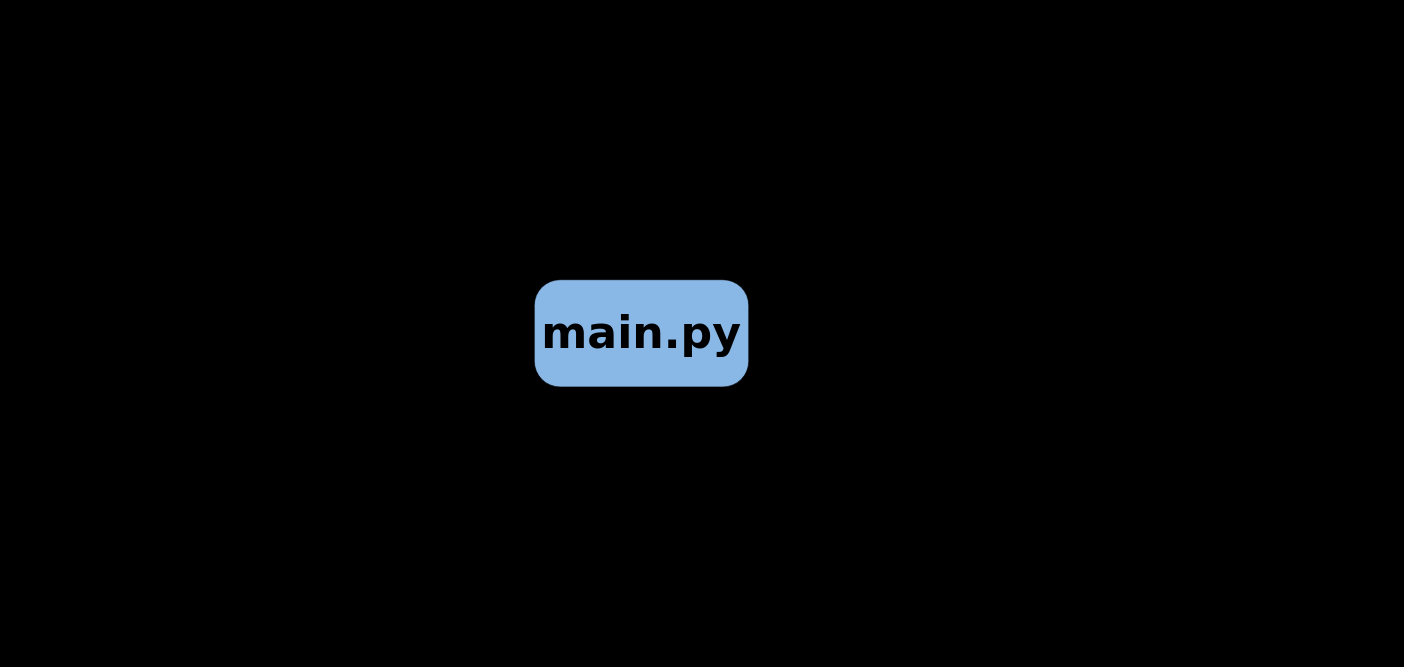
HolgerStenberg/KTH_KEX-jobb_2021 keeps this draw.io diagram as program_architecture.drawio. Above is the earlier version. Source tidied: cells renumbered, new cells numbered last; positions are measured from the earlier drawing's top-left corner, leaving out a move shared by most shapes. Both pictures are drawn from the tidied source at 67%, with x=0, y=0 at pixel (534, 279).
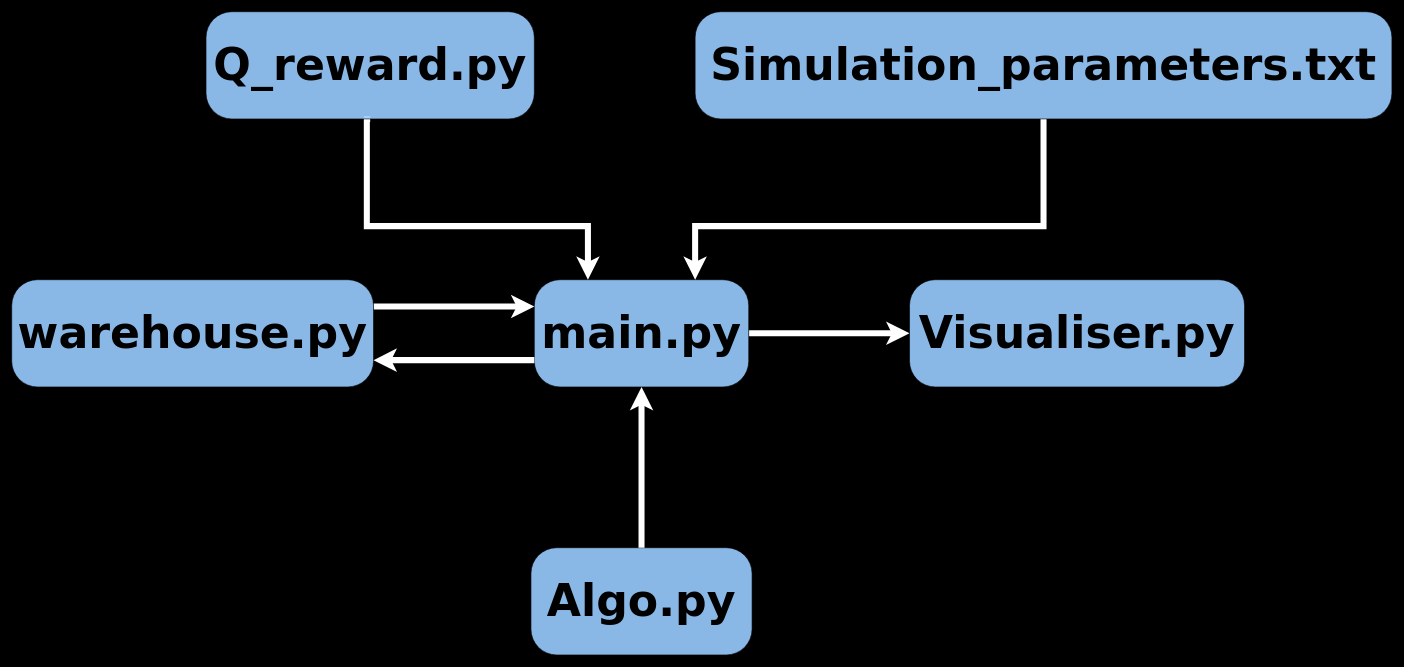
Above is the later version.

Unchanged cells that the change refers to:
```xml
<object id="2" label="&lt;b style=&quot;font-size: 66px;&quot;&gt;%Module%&lt;br style=&quot;font-size: 66px;&quot;&gt;&lt;/b&gt;" Module="main.py" placeholders="1">
  <mxCell style="rounded=1;whiteSpace=wrap;html=1;fontSize=66;fontFamily=Verdana;fillColor=#99CCFF;glass=0;shadow=0;sketch=0;strokeWidth=1;arcSize=24;opacity=90;" parent="1" vertex="1">
    <mxGeometry width="320" height="160" as="geometry" />
  </mxCell>
</object>
```

Change to the diagram source:
```diff
@@
+    <mxCell id="3" style="edgeStyle=orthogonalEdgeStyle;rounded=0;jettySize=auto;html=1;exitX=1;exitY=0.5;exitDx=0;exitDy=0;entryX=0;entryY=0.5;entryDx=0;entryDy=0;strokeColor=#FFFFFF;strokeWidth=9;" parent="1" edge="1" source="2" target="10">
+      <mxGeometry relative="1" as="geometry" />
+    </mxCell>
@@
+    <mxCell id="4" style="edgeStyle=orthogonalEdgeStyle;rounded=0;jettySize=auto;html=1;strokeColor=#FFFFFF;strokeWidth=9;entryX=0;entryY=0.25;entryDx=0;entryDy=0;exitX=1;exitY=0.25;exitDx=0;exitDy=0;" parent="1" edge="1" source="5" target="2">
+      <mxGeometry relative="1" as="geometry" />
+    </mxCell>
+    <object id="5" label="&lt;b style=&quot;font-size: 66px;&quot;&gt;%Module%&lt;br style=&quot;font-size: 66px;&quot;&gt;&lt;/b&gt;" Module="warehouse.py" placeholders="1">
+      <mxCell style="rounded=1;whiteSpace=wrap;html=1;fontSize=66;fontFamily=Verdana;fillColor=#99CCFF;glass=0;shadow=0;sketch=0;strokeWidth=1;arcSize=24;opacity=90;" parent="1" vertex="1">
+        <mxGeometry x="-780" width="540" height="160" as="geometry" />
+      </mxCell>
+    </object>
+    <mxCell id="6" style="edgeStyle=orthogonalEdgeStyle;rounded=0;jettySize=auto;html=1;exitX=0.5;exitY=1;exitDx=0;exitDy=0;entryX=0.25;entryY=0;entryDx=0;entryDy=0;strokeColor=#FFFFFF;strokeWidth=9;" parent="1" edge="1" source="7" target="2">
+      <mxGeometry relative="1" as="geometry">
+        <Array as="points">
+          <mxPoint x="-250" y="-80" />
+          <mxPoint x="80" y="-80" />
+        </Array>
+      </mxGeometry>
+    </mxCell>
+    <object id="7" label="&lt;b style=&quot;font-size: 66px;&quot;&gt;%Module%&lt;br style=&quot;font-size: 66px;&quot;&gt;&lt;/b&gt;" Module="Q_reward.py" placeholders="1">
+      <mxCell style="rounded=1;whiteSpace=wrap;html=1;fontSize=66;fontFamily=Verdana;fillColor=#99CCFF;glass=0;shadow=0;sketch=0;strokeWidth=1;arcSize=24;opacity=90;" parent="1" vertex="1">
+        <mxGeometry x="-490" y="-400" width="490" height="160" as="geometry" />
+      </mxCell>
+    </object>
+    <object id="8" label="&lt;b style=&quot;font-size: 66px;&quot;&gt;%Module%&lt;br style=&quot;font-size: 66px;&quot;&gt;&lt;/b&gt;" Module="Algo.py" placeholders="1">
+      <mxCell style="rounded=1;whiteSpace=wrap;html=1;fontSize=66;fontFamily=Verdana;fillColor=#99CCFF;glass=0;shadow=0;sketch=0;strokeWidth=1;arcSize=24;opacity=90;" parent="1" vertex="1">
+        <mxGeometry x="-5" y="400" width="330" height="160" as="geometry" />
+      </mxCell>
+    </object>
+    <mxCell id="9" style="edgeStyle=orthogonalEdgeStyle;rounded=0;jettySize=auto;html=1;entryX=0.5;entryY=1;entryDx=0;entryDy=0;strokeColor=#FFFFFF;strokeWidth=9;exitX=0.5;exitY=0;exitDx=0;exitDy=0;" parent="1" edge="1" source="8" target="2">
+      <mxGeometry relative="1" as="geometry" />
+    </mxCell>
+    <object id="10" label="&lt;b style=&quot;font-size: 66px;&quot;&gt;%Module%&lt;br style=&quot;font-size: 66px;&quot;&gt;&lt;/b&gt;" Module="Visualiser.py" placeholders="1">
+      <mxCell style="rounded=1;whiteSpace=wrap;html=1;fontSize=66;fontFamily=Verdana;fillColor=#99CCFF;glass=0;shadow=0;sketch=0;strokeWidth=1;arcSize=24;opacity=90;" parent="1" vertex="1">
+        <mxGeometry x="560" width="500" height="160" as="geometry" />
+      </mxCell>
+    </object>
+    <mxCell id="11" style="edgeStyle=orthogonalEdgeStyle;rounded=0;jettySize=auto;html=1;exitX=0.5;exitY=1;exitDx=0;exitDy=0;entryX=0.75;entryY=0;entryDx=0;entryDy=0;strokeColor=#FFFFFF;strokeWidth=9;" parent="1" edge="1" source="12" target="2">
+      <mxGeometry relative="1" as="geometry">
+        <Array as="points">
+          <mxPoint x="760" y="-80" />
+          <mxPoint x="240" y="-80" />
+        </Array>
+      </mxGeometry>
+    </mxCell>
+    <object id="12" label="&lt;b style=&quot;font-size: 66px;&quot;&gt;%Module%&lt;br style=&quot;font-size: 66px;&quot;&gt;&lt;/b&gt;" Module="Simulation_parameters.txt" placeholders="1">
+      <mxCell style="rounded=1;whiteSpace=wrap;html=1;fontSize=66;fontFamily=Verdana;fillColor=#99CCFF;glass=0;shadow=0;sketch=0;strokeWidth=1;arcSize=24;opacity=90;" parent="1" vertex="1">
+        <mxGeometry x="240" y="-400" width="1040" height="160" as="geometry" />
+      </mxCell>
+    </object>
+    <mxCell id="13" style="edgeStyle=orthogonalEdgeStyle;rounded=0;jettySize=auto;html=1;strokeColor=#FFFFFF;strokeWidth=9;entryX=1;entryY=0.75;entryDx=0;entryDy=0;exitX=0;exitY=0.75;exitDx=0;exitDy=0;" parent="1" edge="1" source="2" target="5">
+      <mxGeometry relative="1" as="geometry" />
+    </mxCell>
```
